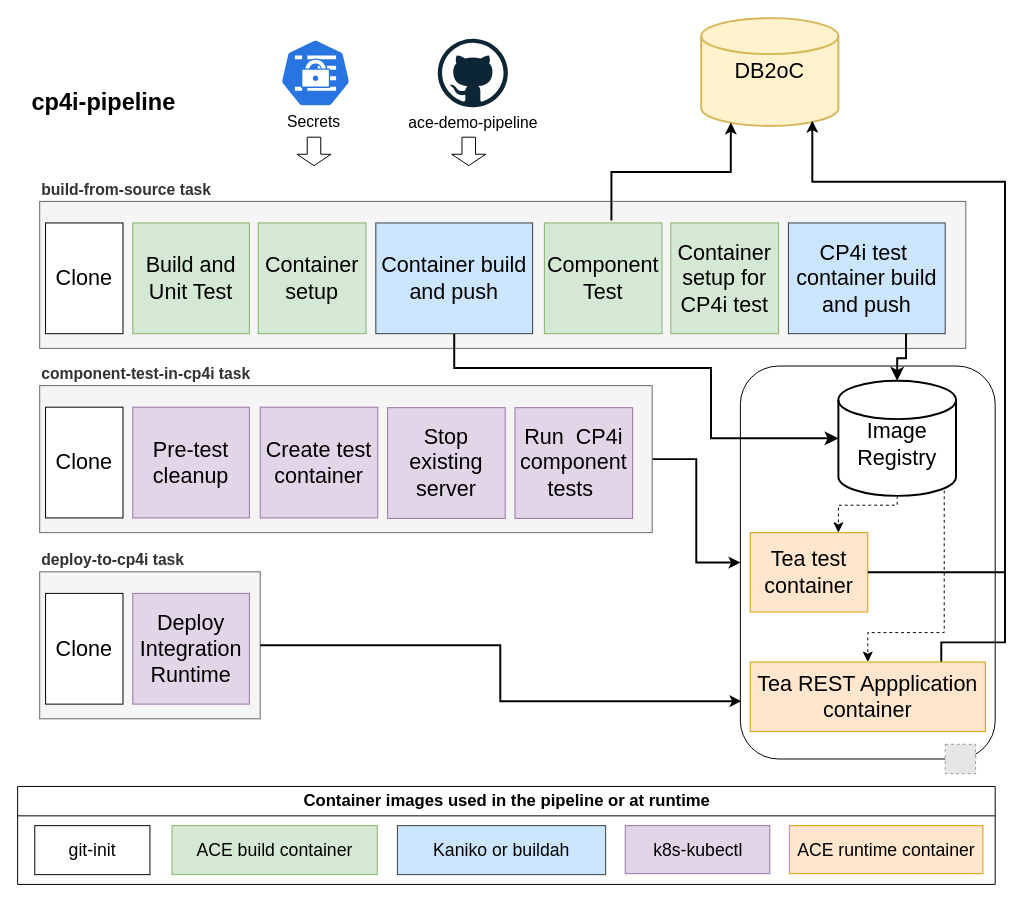
Before: demo-infrastructure/images/tekton-cp4i-pipeline.drawio in ot4i/ace-demo-pipeline, a draw.io diagram. Source tidied: cells renumbered, new cells numbered last; positions are measured from the earlier drawing's top-left corner, leaving out a move shared by most shapes. Both pictures are drawn from the tidied source at 98%, with x=0, y=0 at pixel (17, 18). Pictures stored in the file or linked from it are replaced by grey dashed boxes.
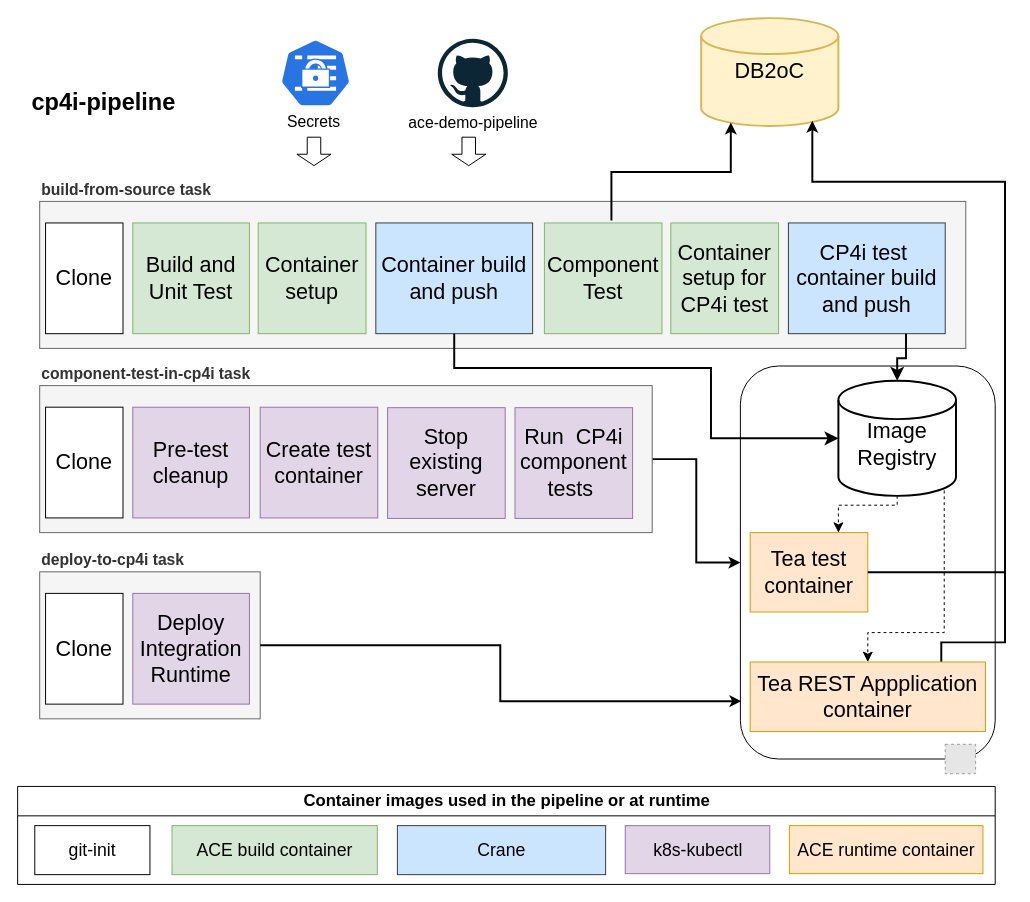
The same diagram, later.

The change refers to these unchanged cells:
```xml
<mxCell id="21" value="Container images used in the pipeline or at runtime" style="swimlane;whiteSpace=wrap;html=1;startSize=30;fontSize=17;" parent="1" vertex="1">
  <mxGeometry x="0.5" y="784" width="997.5" height="100" as="geometry" />
</mxCell>
```

The edit, as a diff of the source:
```diff
@@
-    <mxCell id="24" value="Kaniko or buildah" style="rounded=0;whiteSpace=wrap;html=1;fontSize=18;fillColor=#cce5ff;strokeColor=#36393d;" parent="21" vertex="1">
+    <mxCell id="24" value="Crane" style="rounded=0;whiteSpace=wrap;html=1;fontSize=18;fillColor=#cce5ff;strokeColor=#36393d;" parent="21" vertex="1">
       <mxGeometry x="387.5" y="40" width="212.5" height="50" as="geometry" />
     </mxCell>
```
